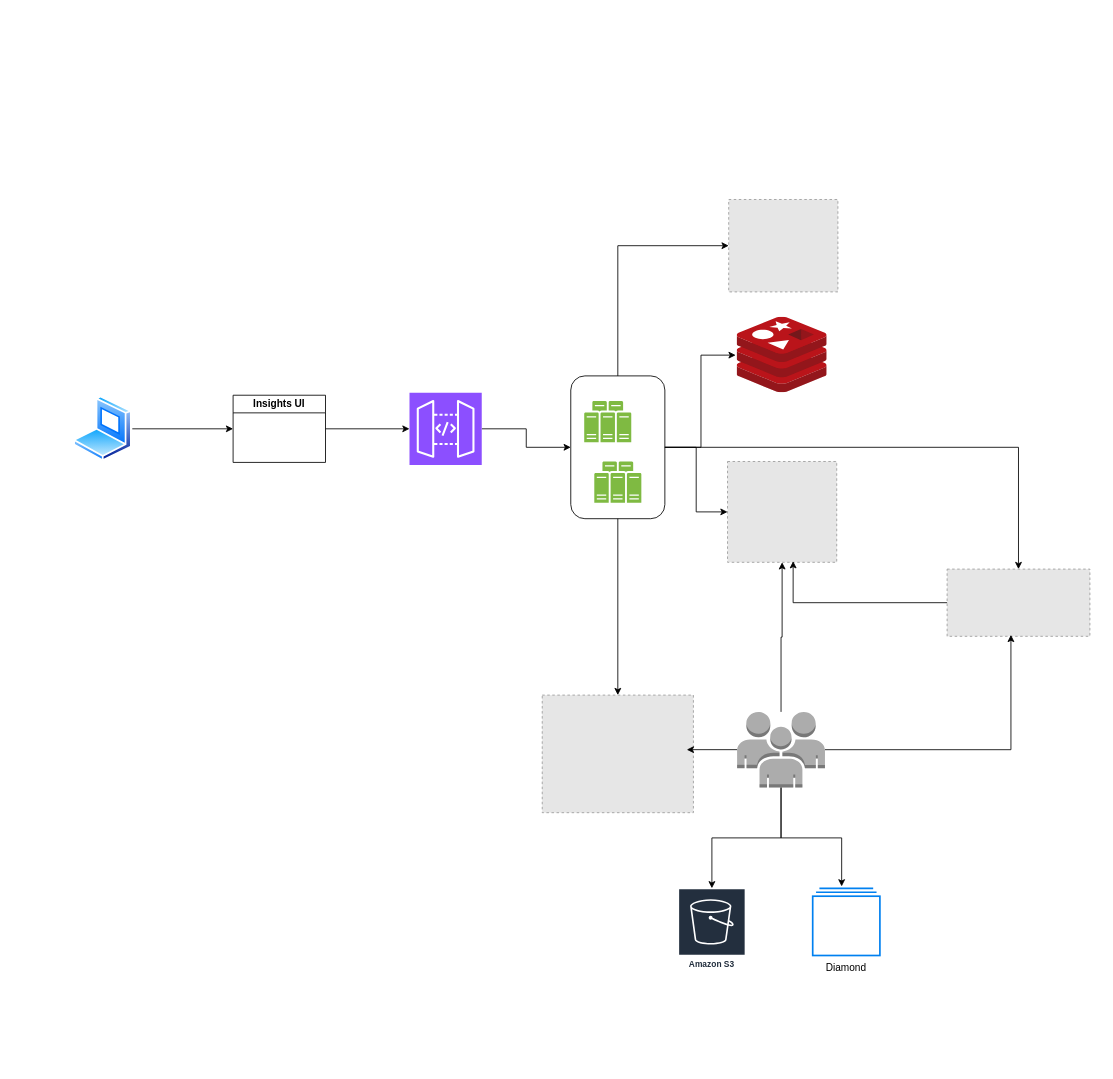
The draw.io diagram Untitled Diagram.drawio in yogeshsherawat/AdBlocker, before the edit. Source tidied: cells renumbered, new cells numbered last; positions are measured from the earlier drawing's top-left corner, leaving out a move shared by most shapes. Both pictures are drawn from the tidied source at 84%, with x=0, y=0 at pixel (73, 199). Pictures stored in the file or linked from it are replaced by grey dashed boxes.
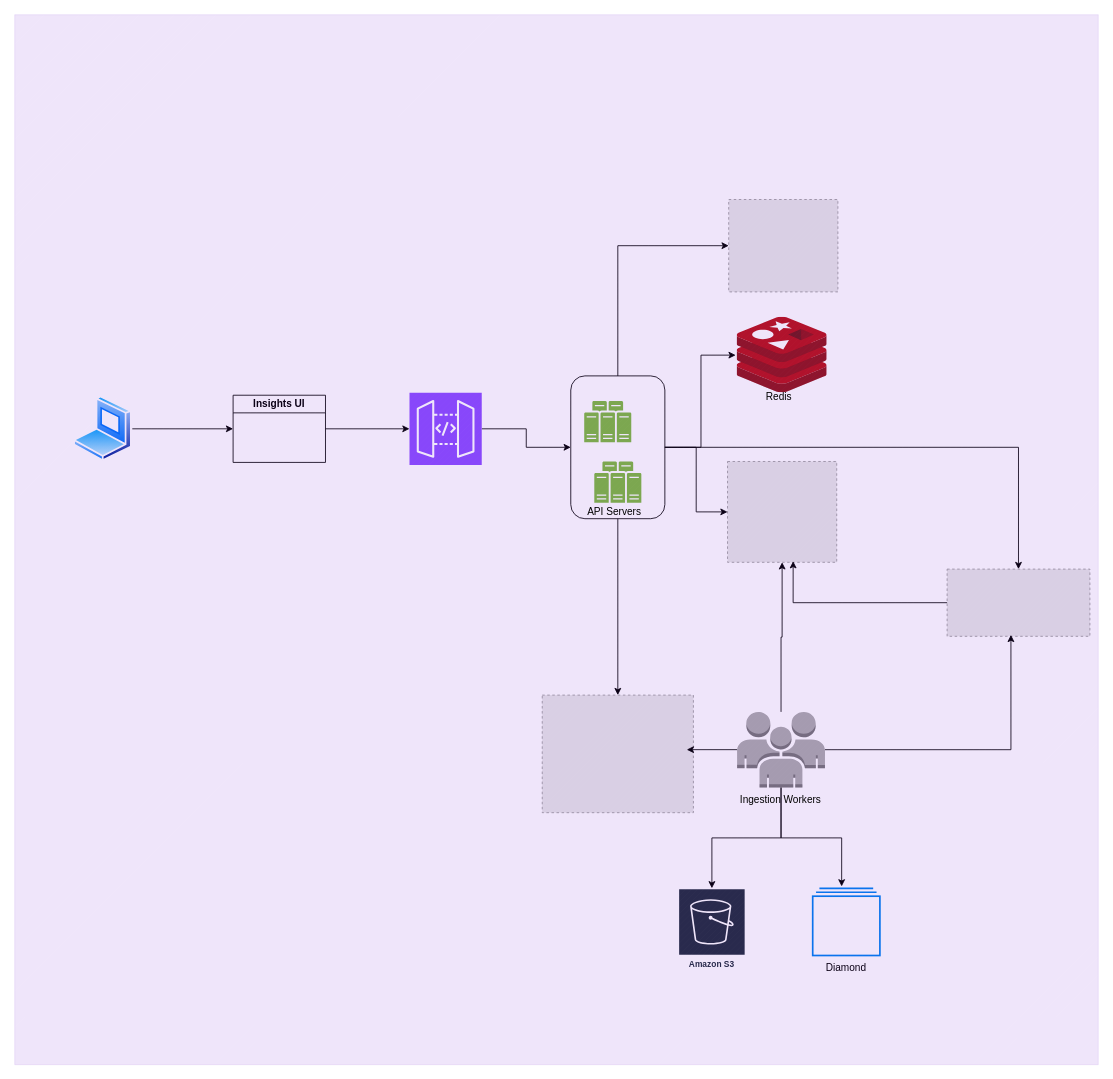
Above is the later version.

The edit, as a diff of the source:
```diff
@@
+    <mxCell id="31" style="verticalLabelPosition=bottom;verticalAlign=top;html=1;shape=mxgraph.basic.patternFillRect;fillStyle=diag;step=5;fillStrokeWidth=0.2;fillStrokeColor=#dddddd;gradientColor=none;fillColor=#6600CC;strokeColor=#6600CC;opacity=10;" parent="1" vertex="1">
+      <mxGeometry x="-70" y="-220" width="1290" height="1250" as="geometry" />
+    </mxCell>
+    <mxCell id="32" value="Ingestion Workers" style="text;html=1;align=center;verticalAlign=middle;whiteSpace=wrap;rounded=0;" parent="1" vertex="1">
+      <mxGeometry x="787.1" y="700" width="110" height="30" as="geometry" />
+    </mxCell>
+    <mxCell id="33" value="API Servers" style="text;html=1;align=center;verticalAlign=middle;whiteSpace=wrap;rounded=0;" parent="1" vertex="1">
+      <mxGeometry x="584" y="356.9" width="120" height="30" as="geometry" />
+    </mxCell>
+    <mxCell id="34" value="Redis" style="text;html=1;align=center;verticalAlign=middle;whiteSpace=wrap;rounded=0;" parent="1" vertex="1">
+      <mxGeometry x="810" y="220" width="60" height="30" as="geometry" />
+    </mxCell>
```
